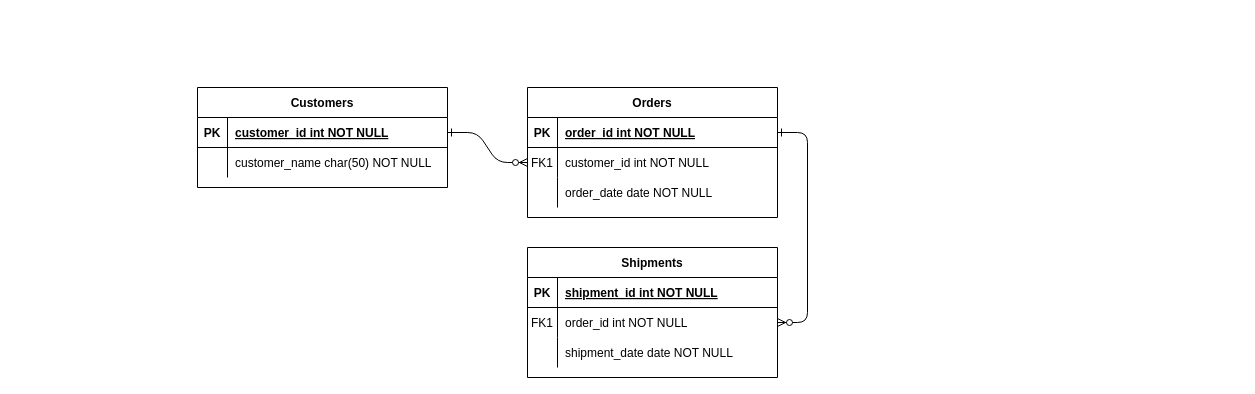
Above: Diagrama sin título.drawio in BenjaHirschfeld/EntidadRelacion (draw.io), before the change. Source tidied: cells renumbered, new cells numbered last; positions are measured from the earlier drawing's top-left corner, leaving out a move shared by most shapes. Both pictures are drawn from the tidied source at 100%, with x=0, y=0 at pixel (197, 87).
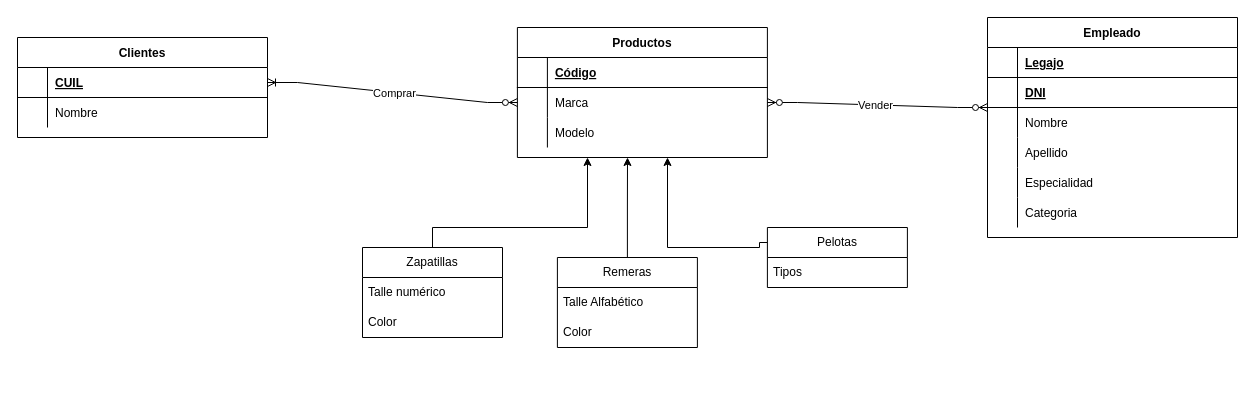
Above is the later version.

Commit message:
T.P Base de Datos - Hirschfeld Benjamin.drawio

The change refers to these unchanged cells:
```xml
<mxCell id="5" style="shape=partialRectangle;fillColor=none;points=[[0,0.5],[1,0.5]];portConstraint=eastwest;top=0;left=0;right=0;bottom=1;" parent="4" vertex="1">
  <mxGeometry y="30" width="250" height="30" as="geometry" />
</mxCell>
<mxCell id="25" style="shape=partialRectangle;fillColor=none;points=[[0,0.5],[1,0.5]];portConstraint=eastwest;top=0;left=0;right=0;bottom=1;" parent="24" vertex="1">
  <mxGeometry y="30" width="250" height="30" as="geometry" />
</mxCell>
<mxCell id="28" style="shape=partialRectangle;fillColor=none;top=0;left=0;right=0;bottom=0;" parent="24" vertex="1">
  <mxGeometry y="60" width="250" height="30" as="geometry" />
</mxCell>
```

What changed in the source:
```diff
@@
-    <mxCell id="2" style="edgeStyle=entityRelationEdgeStyle;endArrow=ERzeroToMany;startArrow=ERone;endFill=1;startFill=0;" parent="1" edge="1" source="25" target="8">
-      <mxGeometry relative="1" as="geometry" />
-    </mxCell>
-    <mxCell id="3" style="edgeStyle=entityRelationEdgeStyle;endArrow=ERzeroToMany;startArrow=ERone;endFill=1;startFill=0;" parent="1" edge="1" source="5" target="18">
-      <mxGeometry relative="1" as="geometry" />
-    </mxCell>
-    <mxCell id="4" value="Orders" style="shape=table;startSize=30;childLayout=tableLayout;rowLines=0;fontStyle=1;align=center;" parent="1" vertex="1">
-      <mxGeometry x="330" width="250" height="130" as="geometry" />
+    <mxCell id="4" value="Empleado" style="shape=table;startSize=30;childLayout=tableLayout;rowLines=0;fontStyle=1;align=center;" parent="1" vertex="1">
+      <mxGeometry x="790" y="-70" width="250" height="220" as="geometry" />
     </mxCell>
@@
-    <mxCell id="6" value="PK" style="shape=partialRectangle;overflow=hidden;fillColor=none;top=0;left=0;bottom=0;right=0;fontStyle=1;" parent="5" vertex="1">
+    <mxCell id="6" style="shape=partialRectangle;overflow=hidden;fillColor=none;top=0;left=0;bottom=0;right=0;fontStyle=1;" parent="5" vertex="1">
       <mxGeometry width="30" height="30" as="geometry" />
     </mxCell>
-    <mxCell id="7" value="order_id int NOT NULL " style="shape=partialRectangle;overflow=hidden;fillColor=none;top=0;left=0;bottom=0;right=0;align=left;spacingLeft=6;fontStyle=5;" parent="5" vertex="1">
+    <mxCell id="7" value="Legajo" style="shape=partialRectangle;overflow=hidden;fillColor=none;top=0;left=0;bottom=0;right=0;align=left;spacingLeft=6;fontStyle=5;" parent="5" vertex="1">
       <mxGeometry x="30" width="220" height="30" as="geometry" />
     </mxCell>
+    <mxCell id="31" style="shape=partialRectangle;fillColor=none;top=0;left=0;right=0;bottom=1;" parent="4" vertex="1">
+      <mxGeometry y="60" width="250" height="30" as="geometry" />
+    </mxCell>
+    <mxCell id="32" style="shape=partialRectangle;overflow=hidden;fillColor=none;top=0;left=0;bottom=0;right=0;fontStyle=1;" parent="31" vertex="1">
+      <mxGeometry width="30" height="30" as="geometry" />
+    </mxCell>
+    <mxCell id="33" value="DNI" style="shape=partialRectangle;overflow=hidden;fillColor=none;top=0;left=0;bottom=0;right=0;align=left;spacingLeft=6;fontStyle=5;" parent="31" vertex="1">
+      <mxGeometry x="30" width="220" height="30" as="geometry" />
+    </mxCell>
     <mxCell id="8" style="shape=partialRectangle;fillColor=none;points=[[0,0.5],[1,0.5]];portConstraint=eastwest;top=0;left=0;right=0;bottom=0;" parent="4" vertex="1">
-      <mxGeometry y="60" width="250" height="30" as="geometry" />
+      <mxGeometry y="90" width="250" height="30" as="geometry" />
     </mxCell>
-    <mxCell id="9" value="FK1" style="shape=partialRectangle;overflow=hidden;fillColor=none;top=0;left=0;bottom=0;right=0;" parent="8" vertex="1">
+    <mxCell id="9" style="shape=partialRectangle;overflow=hidden;fillColor=none;top=0;left=0;bottom=0;right=0;" parent="8" vertex="1">
       <mxGeometry width="30" height="30" as="geometry" />
     </mxCell>
-    <mxCell id="10" value="customer_id int NOT NULL" style="shape=partialRectangle;overflow=hidden;fillColor=none;top=0;left=0;bottom=0;right=0;align=left;spacingLeft=6;" parent="8" vertex="1">
+    <mxCell id="10" value="Nombre" style="shape=partialRectangle;overflow=hidden;fillColor=none;top=0;left=0;bottom=0;right=0;align=left;spacingLeft=6;" parent="8" vertex="1">
       <mxGeometry x="30" width="220" height="30" as="geometry" />
     </mxCell>
     <mxCell id="11" style="shape=partialRectangle;fillColor=none;top=0;left=0;right=0;bottom=0;" parent="4" vertex="1">
-      <mxGeometry y="90" width="250" height="30" as="geometry" />
+      <mxGeometry y="120" width="250" height="30" as="geometry" />
     </mxCell>
@@
-    <mxCell id="13" value="order_date date NOT NULL" style="shape=partialRectangle;overflow=hidden;fillColor=none;top=0;left=0;bottom=0;right=0;align=left;spacingLeft=6;" parent="11" vertex="1">
+    <mxCell id="13" value="Apellido" style="shape=partialRectangle;overflow=hidden;fillColor=none;top=0;left=0;bottom=0;right=0;align=left;spacingLeft=6;" parent="11" vertex="1">
       <mxGeometry x="30" width="220" height="30" as="geometry" />
     </mxCell>
-    <mxCell id="14" value="Shipments" style="shape=table;startSize=30;childLayout=tableLayout;rowLines=0;fontStyle=1;align=center;" parent="1" vertex="1">
-      <mxGeometry x="330" y="160" width="250" height="130" as="geometry" />
-    </mxCell>
-    <mxCell id="15" style="shape=partialRectangle;fillColor=none;top=0;left=0;right=0;bottom=1;" parent="14" vertex="1">
-      <mxGeometry y="30" width="250" height="30" as="geometry" />
-    </mxCell>
-    <mxCell id="16" value="PK" style="shape=partialRectangle;overflow=hidden;fillColor=none;top=0;left=0;bottom=0;right=0;fontStyle=1;" parent="15" vertex="1">
-      <mxGeometry width="30" height="30" as="geometry" />
-    </mxCell>
-    <mxCell id="17" value="shipment_id int NOT NULL " style="shape=partialRectangle;overflow=hidden;fillColor=none;top=0;left=0;bottom=0;right=0;align=left;spacingLeft=6;fontStyle=5;" parent="15" vertex="1">
-      <mxGeometry x="30" width="220" height="30" as="geometry" />
-    </mxCell>
-    <mxCell id="18" style="shape=partialRectangle;fillColor=none;points=[[0,0.5],[1,0.5]];portConstraint=eastwest;top=0;left=0;right=0;bottom=0;" parent="14" vertex="1">
-      <mxGeometry y="60" width="250" height="30" as="geometry" />
-    </mxCell>
-    <mxCell id="19" value="FK1" style="shape=partialRectangle;overflow=hidden;fillColor=none;top=0;left=0;bottom=0;right=0;" parent="18" vertex="1">
-      <mxGeometry width="30" height="30" as="geometry" />
-    </mxCell>
-    <mxCell id="20" value="order_id int NOT NULL" style="shape=partialRectangle;overflow=hidden;fillColor=none;top=0;left=0;bottom=0;right=0;align=left;spacingLeft=6;" parent="18" vertex="1">
-      <mxGeometry x="30" width="220" height="30" as="geometry" />
-    </mxCell>
-    <mxCell id="21" style="shape=partialRectangle;fillColor=none;top=0;left=0;right=0;bottom=0;" parent="14" vertex="1">
-      <mxGeometry y="90" width="250" height="30" as="geometry" />
-    </mxCell>
-    <mxCell id="22" style="shape=partialRectangle;overflow=hidden;fillColor=none;top=0;left=0;bottom=0;right=0;" parent="21" vertex="1">
-      <mxGeometry width="30" height="30" as="geometry" />
-    </mxCell>
-    <mxCell id="23" value="shipment_date date NOT NULL" style="shape=partialRectangle;overflow=hidden;fillColor=none;top=0;left=0;bottom=0;right=0;align=left;spacingLeft=6;" parent="21" vertex="1">
-      <mxGeometry x="30" width="220" height="30" as="geometry" />
-    </mxCell>
+    <mxCell id="34" style="shape=partialRectangle;fillColor=none;top=0;left=0;right=0;bottom=0;" parent="4" vertex="1">
+      <mxGeometry y="150" width="250" height="30" as="geometry" />
+    </mxCell>
+    <mxCell id="35" style="shape=partialRectangle;overflow=hidden;fillColor=none;top=0;left=0;bottom=0;right=0;" parent="34" vertex="1">
+      <mxGeometry width="30" height="30" as="geometry" />
+    </mxCell>
+    <mxCell id="36" value="Especialidad" style="shape=partialRectangle;overflow=hidden;fillColor=none;top=0;left=0;bottom=0;right=0;align=left;spacingLeft=6;" parent="34" vertex="1">
+      <mxGeometry x="30" width="220" height="30" as="geometry" />
+    </mxCell>
+    <mxCell id="37" style="shape=partialRectangle;fillColor=none;top=0;left=0;right=0;bottom=0;" parent="4" vertex="1">
+      <mxGeometry y="180" width="250" height="30" as="geometry" />
+    </mxCell>
+    <mxCell id="38" style="shape=partialRectangle;overflow=hidden;fillColor=none;top=0;left=0;bottom=0;right=0;" parent="37" vertex="1">
+      <mxGeometry width="30" height="30" as="geometry" />
+    </mxCell>
+    <mxCell id="39" value="Categoria" style="shape=partialRectangle;overflow=hidden;fillColor=none;top=0;left=0;bottom=0;right=0;align=left;spacingLeft=6;" parent="37" vertex="1">
+      <mxGeometry x="30" width="220" height="30" as="geometry" />
+    </mxCell>
-    <mxCell id="24" value="Customers" style="shape=table;startSize=30;childLayout=tableLayout;rowLines=0;fontStyle=1;align=center;" parent="1" vertex="1">
-      <mxGeometry width="250" height="100" as="geometry" />
+    <mxCell id="24" value="Clientes" style="shape=table;startSize=30;childLayout=tableLayout;rowLines=0;fontStyle=1;align=center;" parent="1" vertex="1">
+      <mxGeometry x="-180" y="-50" width="250" height="100" as="geometry" />
     </mxCell>
@@
-    <mxCell id="26" value="PK" style="shape=partialRectangle;overflow=hidden;fillColor=none;top=0;left=0;bottom=0;right=0;fontStyle=1;" parent="25" vertex="1">
+    <mxCell id="26" style="shape=partialRectangle;overflow=hidden;fillColor=none;top=0;left=0;bottom=0;right=0;fontStyle=1;" parent="25" vertex="1">
       <mxGeometry width="30" height="30" as="geometry" />
     </mxCell>
-    <mxCell id="27" value="customer_id int NOT NULL " style="shape=partialRectangle;overflow=hidden;fillColor=none;top=0;left=0;bottom=0;right=0;align=left;spacingLeft=6;fontStyle=5;" parent="25" vertex="1">
+    <mxCell id="27" value="CUIL" style="shape=partialRectangle;overflow=hidden;fillColor=none;top=0;left=0;bottom=0;right=0;align=left;spacingLeft=6;fontStyle=5;" parent="25" vertex="1">
       <mxGeometry x="30" width="220" height="30" as="geometry" />
     </mxCell>
@@
-    <mxCell id="30" value="customer_name char(50) NOT NULL" style="shape=partialRectangle;overflow=hidden;fillColor=none;top=0;left=0;bottom=0;right=0;align=left;spacingLeft=6;" parent="28" vertex="1">
+    <mxCell id="30" value="Nombre" style="shape=partialRectangle;overflow=hidden;fillColor=none;top=0;left=0;bottom=0;right=0;align=left;spacingLeft=6;" parent="28" vertex="1">
       <mxGeometry x="30" width="220" height="30" as="geometry" />
     </mxCell>
+    <mxCell id="40" value="Productos" style="shape=table;startSize=30;childLayout=tableLayout;rowLines=0;fontStyle=1;align=center;" parent="1" vertex="1">
+      <mxGeometry x="319.9" y="-60" width="250" height="130" as="geometry" />
+    </mxCell>
+    <mxCell id="15" style="shape=partialRectangle;fillColor=none;top=0;left=0;right=0;bottom=1;" parent="40" vertex="1">
+      <mxGeometry y="30" width="250" height="30" as="geometry" />
+    </mxCell>
+    <mxCell id="41" style="shape=partialRectangle;overflow=hidden;fillColor=none;top=0;left=0;bottom=0;right=0;fontStyle=1;" parent="15" vertex="1">
+      <mxGeometry width="30" height="30" as="geometry" />
+    </mxCell>
+    <mxCell id="42" value="Código" style="shape=partialRectangle;overflow=hidden;fillColor=none;top=0;left=0;bottom=0;right=0;align=left;spacingLeft=6;fontStyle=5;" parent="15" vertex="1">
+      <mxGeometry x="30" width="220" height="30" as="geometry" />
+    </mxCell>
+    <mxCell id="18" style="shape=partialRectangle;fillColor=none;points=[[0,0.5],[1,0.5]];portConstraint=eastwest;top=0;left=0;right=0;bottom=0;" parent="40" vertex="1">
+      <mxGeometry y="60" width="250" height="30" as="geometry" />
+    </mxCell>
+    <mxCell id="43" style="shape=partialRectangle;overflow=hidden;fillColor=none;top=0;left=0;bottom=0;right=0;" parent="18" vertex="1">
+      <mxGeometry width="30" height="30" as="geometry" />
+    </mxCell>
+    <mxCell id="44" value="Marca" style="shape=partialRectangle;overflow=hidden;fillColor=none;top=0;left=0;bottom=0;right=0;align=left;spacingLeft=6;" parent="18" vertex="1">
+      <mxGeometry x="30" width="220" height="30" as="geometry" />
+    </mxCell>
+    <mxCell id="21" style="shape=partialRectangle;fillColor=none;top=0;left=0;right=0;bottom=0;" parent="40" vertex="1">
+      <mxGeometry y="90" width="250" height="30" as="geometry" />
+    </mxCell>
+    <mxCell id="45" style="shape=partialRectangle;overflow=hidden;fillColor=none;top=0;left=0;bottom=0;right=0;" parent="21" vertex="1">
+      <mxGeometry width="30" height="30" as="geometry" />
+    </mxCell>
+    <mxCell id="46" value="Modelo" style="shape=partialRectangle;overflow=hidden;fillColor=none;top=0;left=0;bottom=0;right=0;align=left;spacingLeft=6;" parent="21" vertex="1">
+      <mxGeometry x="30" width="220" height="30" as="geometry" />
+    </mxCell>
+    <mxCell id="47" style="edgeStyle=orthogonalEdgeStyle;rounded=0;jettySize=auto;html=1;exitX=0.5;exitY=0;exitDx=0;exitDy=0;" parent="1" edge="1" source="48">
+      <mxGeometry relative="1" as="geometry">
+        <mxPoint x="430" y="70" as="targetPoint" />
+      </mxGeometry>
+    </mxCell>
+    <mxCell id="48" value="Remeras" style="swimlane;fontStyle=0;horizontal=1;startSize=30;whiteSpace=wrap;html=1;" parent="1" vertex="1">
+      <mxGeometry x="359.9" y="170" width="140" height="90" as="geometry" />
+    </mxCell>
+    <mxCell id="49" value="Talle Alfabético" style="text;strokeColor=none;fillColor=none;align=left;verticalAlign=middle;spacingLeft=4;spacingRight=4;overflow=hidden;whiteSpace=wrap;html=1;" parent="48" vertex="1">
+      <mxGeometry y="30" width="140" height="30" as="geometry" />
+    </mxCell>
+    <mxCell id="50" value="Color" style="text;strokeColor=none;fillColor=none;align=left;verticalAlign=middle;spacingLeft=4;spacingRight=4;overflow=hidden;whiteSpace=wrap;html=1;" parent="48" vertex="1">
+      <mxGeometry y="60" width="140" height="30" as="geometry" />
+    </mxCell>
+    <mxCell id="51" style="edgeStyle=orthogonalEdgeStyle;rounded=0;jettySize=auto;html=1;exitX=0.5;exitY=0;exitDx=0;exitDy=0;" parent="1" edge="1" source="52">
+      <mxGeometry relative="1" as="geometry">
+        <mxPoint x="390" y="70" as="targetPoint" />
+        <Array as="points">
+          <mxPoint x="235" y="140" />
+          <mxPoint x="390" y="140" />
+        </Array>
+      </mxGeometry>
+    </mxCell>
+    <mxCell id="52" value="Zapatillas" style="swimlane;fontStyle=0;horizontal=1;startSize=30;whiteSpace=wrap;html=1;" parent="1" vertex="1">
+      <mxGeometry x="165" y="160" width="140" height="90" as="geometry" />
+    </mxCell>
+    <mxCell id="53" value="Talle numérico" style="text;strokeColor=none;fillColor=none;align=left;verticalAlign=middle;spacingLeft=4;spacingRight=4;overflow=hidden;whiteSpace=wrap;html=1;" parent="52" vertex="1">
+      <mxGeometry y="30" width="140" height="30" as="geometry" />
+    </mxCell>
+    <mxCell id="54" value="Color" style="text;strokeColor=none;fillColor=none;align=left;verticalAlign=middle;spacingLeft=4;spacingRight=4;overflow=hidden;whiteSpace=wrap;html=1;" parent="52" vertex="1">
+      <mxGeometry y="60" width="140" height="30" as="geometry" />
+    </mxCell>
+    <mxCell id="55" style="edgeStyle=orthogonalEdgeStyle;rounded=0;jettySize=auto;html=1;exitX=0;exitY=0.25;exitDx=0;exitDy=0;" parent="1" edge="1" source="56">
+      <mxGeometry relative="1" as="geometry">
+        <mxPoint x="470" y="70" as="targetPoint" />
+        <Array as="points">
+          <mxPoint x="562" y="155" />
+          <mxPoint x="562" y="160" />
+          <mxPoint x="470" y="160" />
+        </Array>
+      </mxGeometry>
+    </mxCell>
+    <mxCell id="56" value="Pelotas" style="swimlane;fontStyle=0;horizontal=1;startSize=30;whiteSpace=wrap;html=1;" parent="1" vertex="1">
+      <mxGeometry x="569.9" y="140" width="140" height="60" as="geometry" />
+    </mxCell>
+    <mxCell id="57" value="Tipos" style="text;strokeColor=none;fillColor=none;align=left;verticalAlign=middle;spacingLeft=4;spacingRight=4;overflow=hidden;whiteSpace=wrap;html=1;" parent="56" vertex="1">
+      <mxGeometry y="30" width="140" height="30" as="geometry" />
+    </mxCell>
+    <mxCell id="58" style="edgeStyle=entityRelationEdgeStyle;fontSize=12;html=1;endArrow=ERoneToMany;startArrow=ERzeroToMany;rounded=0;exitX=0;exitY=0.5;exitDx=0;exitDy=0;entryX=1;entryY=0.5;entryDx=0;entryDy=0;" parent="1" edge="1" source="18" target="25">
+      <mxGeometry relative="1" as="geometry">
+        <Array as="points">
+          <mxPoint x="65" y="-50" />
+          <mxPoint x="85" y="-60" />
+        </Array>
+      </mxGeometry>
+    </mxCell>
+    <mxCell id="59" value="Comprar" style="edgeLabel;html=1;align=center;verticalAlign=middle;" parent="58" vertex="1">
+      <mxGeometry x="-0.01" relative="1" as="geometry" />
+    </mxCell>
+    <mxCell id="60" style="edgeStyle=entityRelationEdgeStyle;fontSize=12;html=1;endArrow=ERzeroToMany;endFill=1;startArrow=ERzeroToMany;rounded=0;entryX=0;entryY=0;entryDx=0;entryDy=0;entryPerimeter=0;exitX=1;exitY=0.5;exitDx=0;exitDy=0;" parent="1" edge="1" source="18" target="8">
+      <mxGeometry relative="1" as="geometry">
+        <Array as="points">
+          <mxPoint x="670" y="-70" />
+        </Array>
+      </mxGeometry>
+    </mxCell>
+    <mxCell id="61" value="Vender" style="edgeLabel;html=1;align=center;verticalAlign=middle;" parent="60" vertex="1">
+      <mxGeometry x="-0.02" relative="1" as="geometry" />
+    </mxCell>
```
